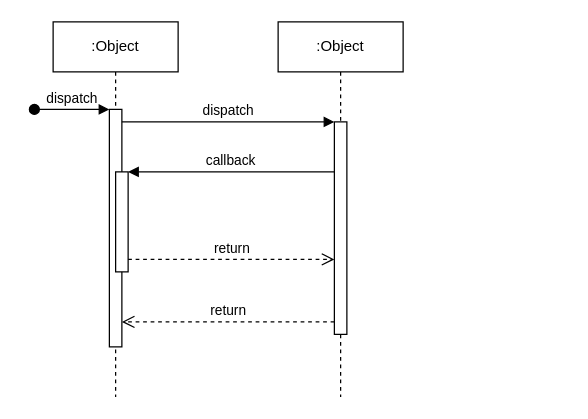
Above: Untitled Diagram.drawio in Howarang12/CS361-recipe-app-backend (draw.io), before the change. Source tidied: cells renumbered, new cells numbered last; positions are measured from the earlier drawing's top-left corner, leaving out a move shared by most shapes. Both pictures are drawn from the tidied source at 125%, with x=0, y=0 at pixel (34, 21).
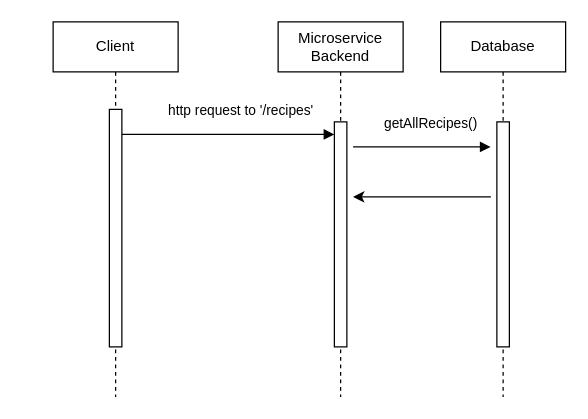
Above is the later version.

Commit message:
UML Backend

Change to the diagram source:
```diff
@@
 <mxGraphModel>
   <root>
     <mxCell id="0" />
     <mxCell id="1" parent="0" />
-    <mxCell id="2" value=":Object" style="shape=umlLifeline;perimeter=lifelinePerimeter;whiteSpace=wrap;html=1;newEdgeStyle={&quot;edgeStyle&quot;:&quot;elbowEdgeStyle&quot;,&quot;elbow&quot;:&quot;vertical&quot;,&quot;curved&quot;:0,&quot;rounded&quot;:0};" parent="1" vertex="1">
+    <mxCell id="2" value="Client" style="shape=umlLifeline;perimeter=lifelinePerimeter;whiteSpace=wrap;html=1;newEdgeStyle={&quot;edgeStyle&quot;:&quot;elbowEdgeStyle&quot;,&quot;elbow&quot;:&quot;vertical&quot;,&quot;curved&quot;:0,&quot;rounded&quot;:0};" parent="1" vertex="1">
       <mxGeometry x="15" width="100" height="300" as="geometry" />
     </mxCell>
     <mxCell id="3" style="html=1;points=[];perimeter=orthogonalPerimeter;outlineConnect=0;targetShapes=umlLifeline;portConstraint=eastwest;newEdgeStyle={&quot;edgeStyle&quot;:&quot;elbowEdgeStyle&quot;,&quot;elbow&quot;:&quot;vertical&quot;,&quot;curved&quot;:0,&quot;rounded&quot;:0};" parent="2" vertex="1">
       <mxGeometry x="45" y="70" width="10" height="190" as="geometry" />
     </mxCell>
-    <mxCell id="4" value="dispatch" style="html=1;verticalAlign=bottom;startArrow=oval;endArrow=block;startSize=8;edgeStyle=elbowEdgeStyle;elbow=vertical;curved=0;rounded=0;" parent="2" edge="1" target="3">
-      <mxGeometry relative="1" as="geometry">
-        <mxPoint x="-15" y="70" as="sourcePoint" />
-      </mxGeometry>
-    </mxCell>
-    <mxCell id="5" style="html=1;points=[];perimeter=orthogonalPerimeter;outlineConnect=0;targetShapes=umlLifeline;portConstraint=eastwest;newEdgeStyle={&quot;edgeStyle&quot;:&quot;elbowEdgeStyle&quot;,&quot;elbow&quot;:&quot;vertical&quot;,&quot;curved&quot;:0,&quot;rounded&quot;:0};" parent="2" vertex="1">
-      <mxGeometry x="50" y="120" width="10" height="80" as="geometry" />
-    </mxCell>
-    <mxCell id="6" value=":Object" style="shape=umlLifeline;perimeter=lifelinePerimeter;whiteSpace=wrap;html=1;newEdgeStyle={&quot;edgeStyle&quot;:&quot;elbowEdgeStyle&quot;,&quot;elbow&quot;:&quot;vertical&quot;,&quot;curved&quot;:0,&quot;rounded&quot;:0};" parent="1" vertex="1">
+    <mxCell id="6" value="Microservice Backend" style="shape=umlLifeline;perimeter=lifelinePerimeter;whiteSpace=wrap;html=1;newEdgeStyle={&quot;edgeStyle&quot;:&quot;elbowEdgeStyle&quot;,&quot;elbow&quot;:&quot;vertical&quot;,&quot;curved&quot;:0,&quot;rounded&quot;:0};" parent="1" vertex="1">
       <mxGeometry x="195" width="100" height="300" as="geometry" />
     </mxCell>
     <mxCell id="7" style="html=1;points=[];perimeter=orthogonalPerimeter;outlineConnect=0;targetShapes=umlLifeline;portConstraint=eastwest;newEdgeStyle={&quot;edgeStyle&quot;:&quot;elbowEdgeStyle&quot;,&quot;elbow&quot;:&quot;vertical&quot;,&quot;curved&quot;:0,&quot;rounded&quot;:0};" parent="6" vertex="1">
-      <mxGeometry x="45" y="80" width="10" height="170" as="geometry" />
+      <mxGeometry x="45" y="80" width="10" height="180" as="geometry" />
     </mxCell>
-    <mxCell id="8" value="dispatch" style="html=1;verticalAlign=bottom;endArrow=block;edgeStyle=elbowEdgeStyle;elbow=vertical;curved=0;rounded=0;" parent="1" edge="1" source="3" target="7">
-      <mxGeometry relative="1" as="geometry">
+    <mxCell id="8" value="http request to '/recipes'" style="html=1;verticalAlign=bottom;endArrow=block;edgeStyle=elbowEdgeStyle;elbow=vertical;curved=0;rounded=0;" parent="1" edge="1">
+      <mxGeometry x="0.12" y="10" relative="1" as="geometry">
+        <mxPoint x="70" y="90" as="sourcePoint" />
+        <mxPoint x="240" y="90" as="targetPoint" />
         <Array as="points">
-          <mxPoint x="155" y="80" />
+          <mxPoint x="155" y="90" />
         </Array>
       </mxGeometry>
     </mxCell>
-    <mxCell id="9" value="return" style="html=1;verticalAlign=bottom;endArrow=open;dashed=1;endSize=8;edgeStyle=elbowEdgeStyle;elbow=vertical;curved=0;rounded=0;" parent="1" edge="1" source="7" target="3">
-      <mxGeometry relative="1" as="geometry">
-        <Array as="points">
-          <mxPoint x="165" y="240" />
-        </Array>
-      </mxGeometry>
-    </mxCell>
-    <mxCell id="10" value="callback" style="html=1;verticalAlign=bottom;endArrow=block;edgeStyle=elbowEdgeStyle;elbow=vertical;curved=0;rounded=0;" parent="1" edge="1" source="7" target="5">
-      <mxGeometry relative="1" as="geometry">
-        <Array as="points">
-          <mxPoint x="165" y="120" />
-        </Array>
-      </mxGeometry>
-    </mxCell>
-    <mxCell id="11" value="return" style="html=1;verticalAlign=bottom;endArrow=open;dashed=1;endSize=8;edgeStyle=elbowEdgeStyle;elbow=vertical;curved=0;rounded=0;" parent="1" edge="1" source="5" target="7">
-      <mxGeometry relative="1" as="geometry">
-        <Array as="points">
-          <mxPoint x="155" y="190" />
-        </Array>
-      </mxGeometry>
-    </mxCell>
+    <mxCell id="12" value="Database" style="shape=umlLifeline;perimeter=lifelinePerimeter;whiteSpace=wrap;html=1;newEdgeStyle={&quot;edgeStyle&quot;:&quot;elbowEdgeStyle&quot;,&quot;elbow&quot;:&quot;vertical&quot;,&quot;curved&quot;:0,&quot;rounded&quot;:0};" parent="1" vertex="1">
+      <mxGeometry x="325" width="100" height="300" as="geometry" />
+    </mxCell>
+    <mxCell id="13" style="html=1;perimeter=orthogonalPerimeter;targetShapes=umlLifeline;newEdgeStyle={&quot;edgeStyle&quot;:&quot;elbowEdgeStyle&quot;,&quot;elbow&quot;:&quot;vertical&quot;,&quot;curved&quot;:0,&quot;rounded&quot;:0};" parent="12" vertex="1">
+      <mxGeometry x="45" y="80" width="10" height="180" as="geometry" />
+    </mxCell>
+    <mxCell id="14" value="getAllRecipes()" style="html=1;verticalAlign=bottom;endArrow=block;edgeStyle=elbowEdgeStyle;elbow=vertical;curved=0;rounded=0;" parent="1" edge="1">
+      <mxGeometry x="0.12" y="10" relative="1" as="geometry">
+        <mxPoint x="255" y="100" as="sourcePoint" />
+        <mxPoint x="365" y="100" as="targetPoint" />
+        <Array as="points">
+          <mxPoint x="340" y="100" />
+        </Array>
+      </mxGeometry>
+    </mxCell>
+    <mxCell id="15" style="edgeStyle=none;orthogonalLoop=1;jettySize=auto;html=1;rounded=0;fontSize=12;" parent="1" edge="1">
+      <mxGeometry relative="1" as="geometry">
+        <mxPoint x="365.2" y="140" as="sourcePoint" />
+        <mxPoint x="255" y="140" as="targetPoint" />
+      </mxGeometry>
+    </mxCell>
   </root>
 </mxGraphModel>
```
